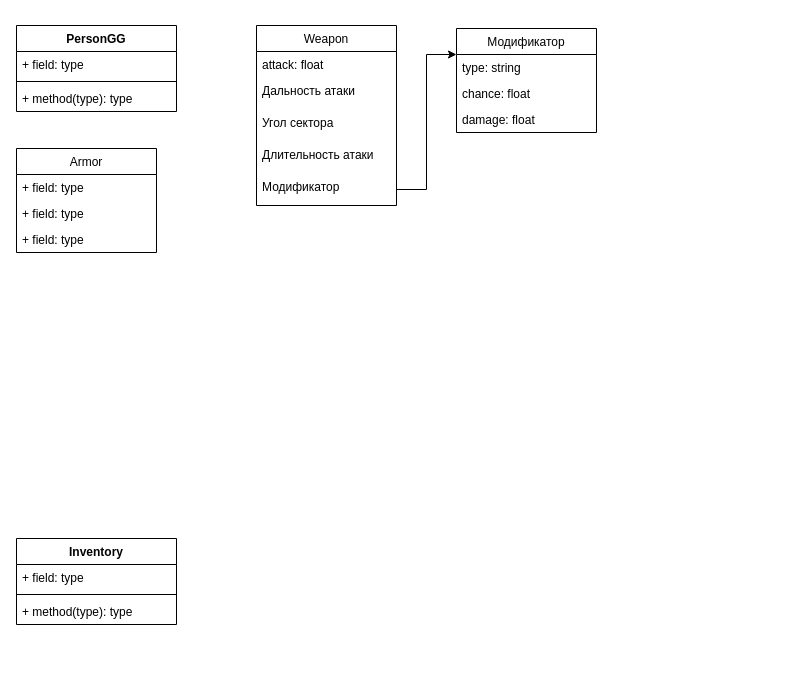
This is test1.drawio from Zarazaxx/test, a draw.io file, before an edit. Source tidied: cells renumbered, new cells numbered last; positions are measured from the earlier drawing's top-left corner, leaving out a move shared by most shapes. Both pictures are drawn from the tidied source at 100%, with x=0, y=0 at pixel (16, 25).
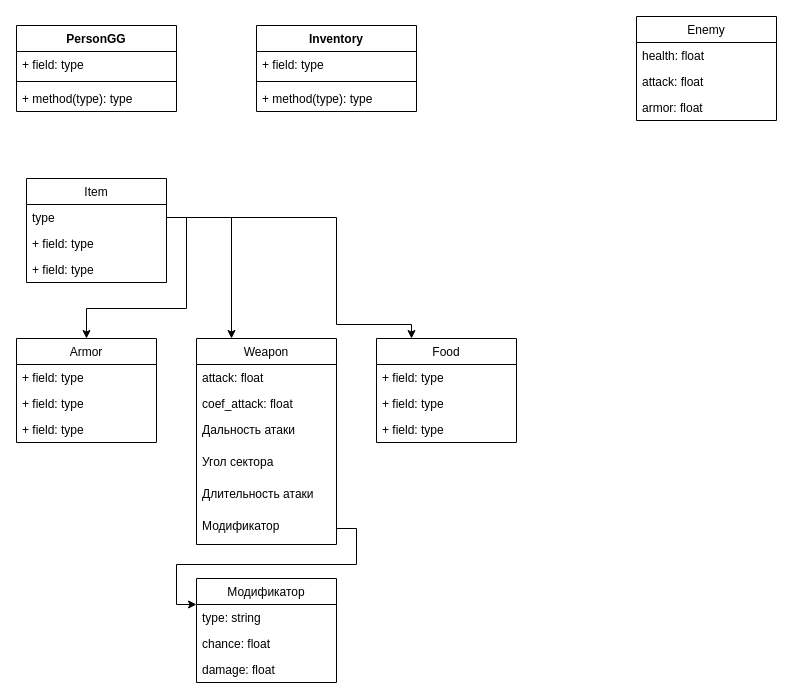
After the change.

What changed in the source:
```diff
@@
     <mxCell id="6" value="Weapon" style="swimlane;fontStyle=0;horizontal=1;startSize=26;fillColor=none;" parent="1" vertex="1">
-      <mxGeometry x="240" width="140" height="180" as="geometry" />
+      <mxGeometry x="180" y="313" width="140" height="206" as="geometry" />
     </mxCell>
@@
+    <mxCell id="25" value="coef_attack: float" style="text;strokeColor=none;fillColor=none;align=left;verticalAlign=top;spacingLeft=4;spacingRight=4;overflow=hidden;" parent="6" vertex="1">
+      <mxGeometry y="52" width="140" height="26" as="geometry" />
+    </mxCell>
     <mxCell id="8" value="Дальность атаки" style="text;strokeColor=none;fillColor=none;align=left;verticalAlign=top;spacingLeft=4;spacingRight=4;overflow=hidden;" parent="6" vertex="1">
-      <mxGeometry y="52" width="140" height="32" as="geometry" />
+      <mxGeometry y="78" width="140" height="32" as="geometry" />
     </mxCell>
     <mxCell id="9" value="Угол сектора" style="text;strokeColor=none;fillColor=none;align=left;verticalAlign=top;spacingLeft=4;spacingRight=4;overflow=hidden;" parent="6" vertex="1">
-      <mxGeometry y="84" width="140" height="32" as="geometry" />
+      <mxGeometry y="110" width="140" height="32" as="geometry" />
     </mxCell>
     <mxCell id="10" value="Длительность атаки" style="text;strokeColor=none;fillColor=none;align=left;verticalAlign=top;spacingLeft=4;spacingRight=4;overflow=hidden;" parent="6" vertex="1">
-      <mxGeometry y="116" width="140" height="32" as="geometry" />
+      <mxGeometry y="142" width="140" height="32" as="geometry" />
     </mxCell>
     <mxCell id="11" value="Модификатор" style="text;strokeColor=none;fillColor=none;align=left;verticalAlign=top;spacingLeft=4;spacingRight=4;overflow=hidden;points=[[0,0.5],[1,0.5]];portConstraint=eastwest;" parent="6" vertex="1">
-      <mxGeometry y="148" width="140" height="32" as="geometry" />
+      <mxGeometry y="174" width="140" height="32" as="geometry" />
     </mxCell>
     <mxCell id="12" value="Armor" style="swimlane;fontStyle=0;horizontal=1;startSize=26;fillColor=none;" parent="1" vertex="1">
-      <mxGeometry y="123" width="140" height="104" as="geometry" />
+      <mxGeometry y="313" width="140" height="104" as="geometry" />
     </mxCell>
@@
     <mxCell id="16" value="Inventory" style="swimlane;fontStyle=1;align=center;verticalAlign=top;horizontal=1;startSize=26;" parent="1" vertex="1">
-      <mxGeometry y="513" width="160" height="86" as="geometry" />
+      <mxGeometry x="240" width="160" height="86" as="geometry" />
     </mxCell>
@@
     <mxCell id="20" value="Модификатор" style="swimlane;fontStyle=0;horizontal=1;startSize=26;fillColor=none;" parent="1" vertex="1">
-      <mxGeometry x="440" y="3" width="140" height="104" as="geometry" />
+      <mxGeometry x="180" y="553" width="140" height="104" as="geometry" />
     </mxCell>
@@
+    <mxCell id="26" value="Enemy" style="swimlane;fontStyle=0;horizontal=1;startSize=26;fillColor=none;" parent="1" vertex="1">
+      <mxGeometry x="620" y="-9" width="140" height="104" as="geometry" />
+    </mxCell>
+    <mxCell id="27" value="health: float" style="text;strokeColor=none;fillColor=none;align=left;verticalAlign=top;spacingLeft=4;spacingRight=4;overflow=hidden;" parent="26" vertex="1">
+      <mxGeometry y="26" width="140" height="26" as="geometry" />
+    </mxCell>
+    <mxCell id="28" value="attack: float" style="text;strokeColor=none;fillColor=none;align=left;verticalAlign=top;spacingLeft=4;spacingRight=4;overflow=hidden;" parent="26" vertex="1">
+      <mxGeometry y="52" width="140" height="26" as="geometry" />
+    </mxCell>
+    <mxCell id="29" value="armor: float" style="text;strokeColor=none;fillColor=none;align=left;verticalAlign=top;spacingLeft=4;spacingRight=4;overflow=hidden;" parent="26" vertex="1">
+      <mxGeometry y="78" width="140" height="26" as="geometry" />
+    </mxCell>
+    <mxCell id="30" value="Item" style="swimlane;fontStyle=0;horizontal=1;startSize=26;fillColor=none;" parent="1" vertex="1">
+      <mxGeometry x="10" y="153" width="140" height="104" as="geometry" />
+    </mxCell>
+    <mxCell id="31" value="type" style="text;strokeColor=none;fillColor=none;align=left;verticalAlign=top;spacingLeft=4;spacingRight=4;overflow=hidden;points=[[0,0.5],[1,0.5]];portConstraint=eastwest;" parent="30" vertex="1">
+      <mxGeometry y="26" width="140" height="26" as="geometry" />
+    </mxCell>
+    <mxCell id="32" value="+ field: type" style="text;strokeColor=none;fillColor=none;align=left;verticalAlign=top;spacingLeft=4;spacingRight=4;overflow=hidden;" parent="30" vertex="1">
+      <mxGeometry y="52" width="140" height="26" as="geometry" />
+    </mxCell>
+    <mxCell id="33" value="+ field: type" style="text;strokeColor=none;fillColor=none;align=left;verticalAlign=top;spacingLeft=4;spacingRight=4;overflow=hidden;" parent="30" vertex="1">
+      <mxGeometry y="78" width="140" height="26" as="geometry" />
+    </mxCell>
+    <mxCell id="34" style="edgeStyle=orthogonalEdgeStyle;rounded=0;jettySize=auto;html=1;exitX=1;exitY=0.5;exitDx=0;exitDy=0;entryX=0.5;entryY=0;entryDx=0;entryDy=0;" parent="1" edge="1" source="31" target="12">
+      <mxGeometry relative="1" as="geometry">
+        <Array as="points">
+          <mxPoint x="170" y="192" />
+          <mxPoint x="170" y="283" />
+          <mxPoint x="70" y="283" />
+        </Array>
+      </mxGeometry>
+    </mxCell>
+    <mxCell id="35" style="edgeStyle=orthogonalEdgeStyle;rounded=0;jettySize=auto;html=1;exitX=1;exitY=0.5;exitDx=0;exitDy=0;entryX=0.25;entryY=0;entryDx=0;entryDy=0;" parent="1" edge="1" source="31" target="6">
+      <mxGeometry relative="1" as="geometry" />
+    </mxCell>
+    <mxCell id="36" value="Food" style="swimlane;fontStyle=0;horizontal=1;startSize=26;fillColor=none;" parent="1" vertex="1">
+      <mxGeometry x="360" y="313" width="140" height="104" as="geometry" />
+    </mxCell>
+    <mxCell id="37" value="+ field: type" style="text;strokeColor=none;fillColor=none;align=left;verticalAlign=top;spacingLeft=4;spacingRight=4;overflow=hidden;" parent="36" vertex="1">
+      <mxGeometry y="26" width="140" height="26" as="geometry" />
+    </mxCell>
+    <mxCell id="38" value="+ field: type" style="text;strokeColor=none;fillColor=none;align=left;verticalAlign=top;spacingLeft=4;spacingRight=4;overflow=hidden;" parent="36" vertex="1">
+      <mxGeometry y="52" width="140" height="26" as="geometry" />
+    </mxCell>
+    <mxCell id="39" value="+ field: type" style="text;strokeColor=none;fillColor=none;align=left;verticalAlign=top;spacingLeft=4;spacingRight=4;overflow=hidden;" parent="36" vertex="1">
+      <mxGeometry y="78" width="140" height="26" as="geometry" />
+    </mxCell>
+    <mxCell id="40" style="edgeStyle=orthogonalEdgeStyle;rounded=0;jettySize=auto;html=1;exitX=1;exitY=0.5;exitDx=0;exitDy=0;entryX=0.25;entryY=0;entryDx=0;entryDy=0;" parent="1" edge="1" source="31" target="36">
+      <mxGeometry relative="1" as="geometry">
+        <Array as="points">
+          <mxPoint x="320" y="192" />
+          <mxPoint x="320" y="299" />
+          <mxPoint x="395" y="299" />
+        </Array>
+      </mxGeometry>
+    </mxCell>
```
